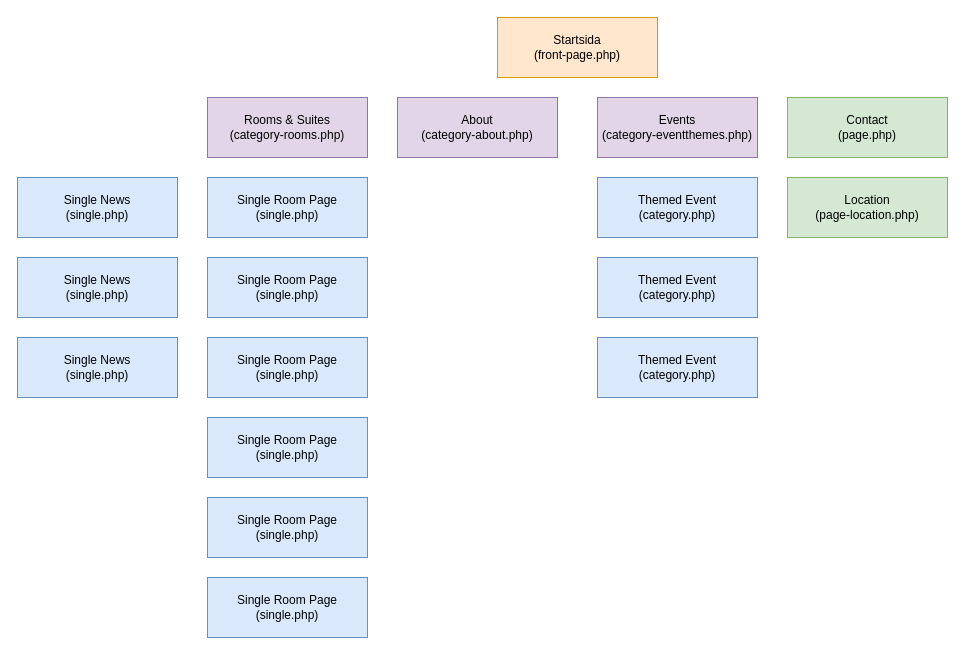
Above: sitemap.drawio in moaberglund/mozzafiato (draw.io), before the change. Source tidied: cells renumbered, new cells numbered last; positions are measured from the earlier drawing's top-left corner, leaving out a move shared by most shapes. Both pictures are drawn from the tidied source at 100%, with x=0, y=0 at pixel (17, 17).
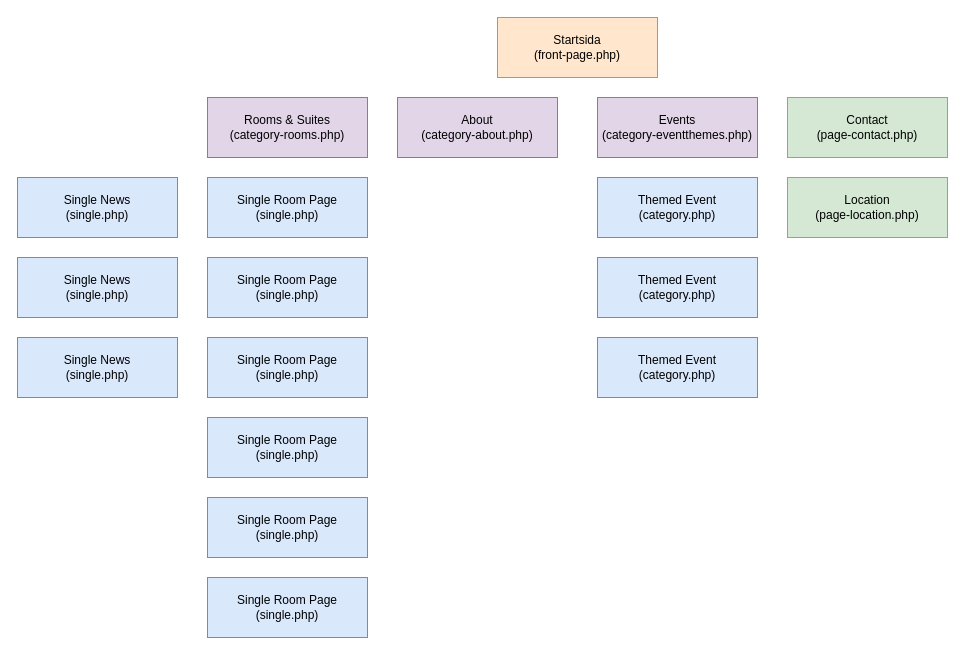
After the change.

Diff of the diagram source:
```diff
@@
 <mxGraphModel>
   <root>
     <mxCell id="0" />
     <mxCell id="1" parent="0" />
     <mxCell id="2" value="Startsida&lt;br&gt;(front-page.php)" style="rounded=0;whiteSpace=wrap;html=1;fillColor=#ffe6cc;strokeColor=#d79b00;fontColor=#000000;" parent="1" vertex="1">
       <mxGeometry x="480" width="160" height="60" as="geometry" />
     </mxCell>
     <mxCell id="3" value="About&lt;br&gt;(category-about.php)" style="rounded=0;whiteSpace=wrap;html=1;fillColor=#e1d5e7;strokeColor=#9673a6;fontColor=#000000;" parent="1" vertex="1">
       <mxGeometry x="380" y="80" width="160" height="60" as="geometry" />
     </mxCell>
     <mxCell id="4" value="Events&lt;br&gt;(category-eventthemes.php)" style="rounded=0;whiteSpace=wrap;html=1;fillColor=#e1d5e7;strokeColor=#9673a6;fontColor=#000000;" parent="1" vertex="1">
       <mxGeometry x="580" y="80" width="160" height="60" as="geometry" />
     </mxCell>
     <mxCell id="5" value="Rooms &amp;amp; Suites&lt;br&gt;(category-rooms.php)" style="rounded=0;whiteSpace=wrap;html=1;fillColor=#e1d5e7;strokeColor=#9673a6;fontColor=#000000;" parent="1" vertex="1">
       <mxGeometry x="190" y="80" width="160" height="60" as="geometry" />
     </mxCell>
-    <mxCell id="6" value="Contact&lt;br&gt;(page.php)" style="rounded=0;whiteSpace=wrap;html=1;fillColor=#d5e8d4;strokeColor=#82b366;fontColor=#000000;" parent="1" vertex="1">
+    <mxCell id="6" value="Contact&lt;br&gt;(page-contact.php)" style="rounded=0;whiteSpace=wrap;html=1;fillColor=#d5e8d4;strokeColor=#82b366;fontColor=#000000;" parent="1" vertex="1">
       <mxGeometry x="770" y="80" width="160" height="60" as="geometry" />
     </mxCell>
     <mxCell id="7" value="Single Room Page&lt;br&gt;(single.php)" style="rounded=0;whiteSpace=wrap;html=1;fillColor=#dae8fc;strokeColor=#6c8ebf;fontColor=#000000;" parent="1" vertex="1">
       <mxGeometry x="190" y="160" width="160" height="60" as="geometry" />
     </mxCell>
     <mxCell id="8" value="Single Room Page&lt;br&gt;(single.php)" style="rounded=0;whiteSpace=wrap;html=1;fillColor=#dae8fc;strokeColor=#6c8ebf;fontColor=#000000;" parent="1" vertex="1">
       <mxGeometry x="190" y="240" width="160" height="60" as="geometry" />
     </mxCell>
     <mxCell id="9" value="Single Room Page&lt;br&gt;(single.php)" style="rounded=0;whiteSpace=wrap;html=1;fillColor=#dae8fc;strokeColor=#6c8ebf;fontColor=#000000;" parent="1" vertex="1">
       <mxGeometry x="190" y="320" width="160" height="60" as="geometry" />
     </mxCell>
     <mxCell id="10" value="Single Room Page&lt;br&gt;(single.php)" style="rounded=0;whiteSpace=wrap;html=1;fillColor=#dae8fc;strokeColor=#6c8ebf;fontColor=#000000;" parent="1" vertex="1">
       <mxGeometry x="190" y="400" width="160" height="60" as="geometry" />
     </mxCell>
     <mxCell id="11" value="Single Room Page&lt;br&gt;(single.php)" style="rounded=0;whiteSpace=wrap;html=1;fillColor=#dae8fc;strokeColor=#6c8ebf;fontColor=#000000;" parent="1" vertex="1">
       <mxGeometry x="190" y="480" width="160" height="60" as="geometry" />
     </mxCell>
     <mxCell id="12" value="Single Room Page&lt;br&gt;(single.php)" style="rounded=0;whiteSpace=wrap;html=1;fillColor=#dae8fc;strokeColor=#6c8ebf;fontColor=#000000;" parent="1" vertex="1">
       <mxGeometry x="190" y="560" width="160" height="60" as="geometry" />
     </mxCell>
     <mxCell id="13" value="Single News&lt;br&gt;(single.php)" style="rounded=0;whiteSpace=wrap;html=1;fillColor=#dae8fc;strokeColor=#6c8ebf;fontColor=#000000;" parent="1" vertex="1">
       <mxGeometry y="160" width="160" height="60" as="geometry" />
     </mxCell>
     <mxCell id="14" value="Single News&lt;br&gt;(single.php)" style="rounded=0;whiteSpace=wrap;html=1;fillColor=#dae8fc;strokeColor=#6c8ebf;fontColor=#000000;" parent="1" vertex="1">
       <mxGeometry y="240" width="160" height="60" as="geometry" />
     </mxCell>
     <mxCell id="15" value="Single News&lt;br&gt;(single.php)" style="rounded=0;whiteSpace=wrap;html=1;fillColor=#dae8fc;strokeColor=#6c8ebf;fontColor=#000000;" parent="1" vertex="1">
       <mxGeometry y="320" width="160" height="60" as="geometry" />
     </mxCell>
     <mxCell id="16" value="Themed Event&lt;br&gt;(category.php)" style="rounded=0;whiteSpace=wrap;html=1;fillColor=#dae8fc;strokeColor=#6c8ebf;fontColor=#000000;" parent="1" vertex="1">
       <mxGeometry x="580" y="160" width="160" height="60" as="geometry" />
     </mxCell>
     <mxCell id="17" value="Themed Event&lt;br&gt;(category.php)" style="rounded=0;whiteSpace=wrap;html=1;fillColor=#dae8fc;strokeColor=#6c8ebf;fontColor=#000000;" parent="1" vertex="1">
       <mxGeometry x="580" y="240" width="160" height="60" as="geometry" />
     </mxCell>
     <mxCell id="18" value="Themed Event&lt;br&gt;(category.php)" style="rounded=0;whiteSpace=wrap;html=1;fillColor=#dae8fc;strokeColor=#6c8ebf;fontColor=#000000;" parent="1" vertex="1">
       <mxGeometry x="580" y="320" width="160" height="60" as="geometry" />
     </mxCell>
     <mxCell id="19" value="Location&lt;br&gt;(page-location.php)" style="rounded=0;whiteSpace=wrap;html=1;fillColor=#d5e8d4;strokeColor=#82b366;fontColor=#000000;" parent="1" vertex="1">
       <mxGeometry x="770" y="160" width="160" height="60" as="geometry" />
     </mxCell>
   </root>
 </mxGraphModel>
```
